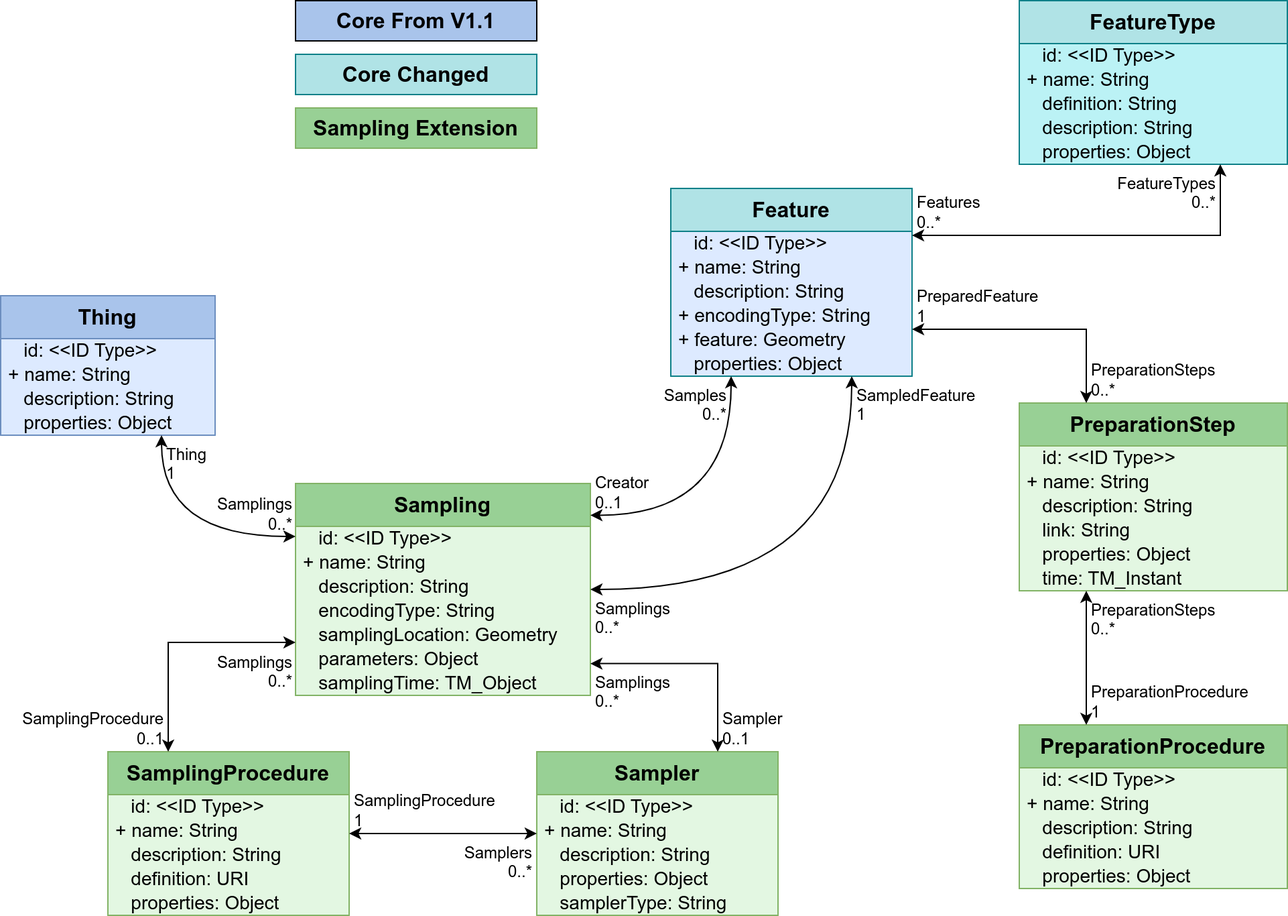
Above: figures/Datamodel-SensorThingsApi-V2-proposal-1-Sampling.drawio.png in opengeospatial/sensorthings (draw.io), before the change. Source tidied: cells renumbered, new cells last; positions are measured from the earlier drawing's top-left corner, leaving out a move shared by most shapes.
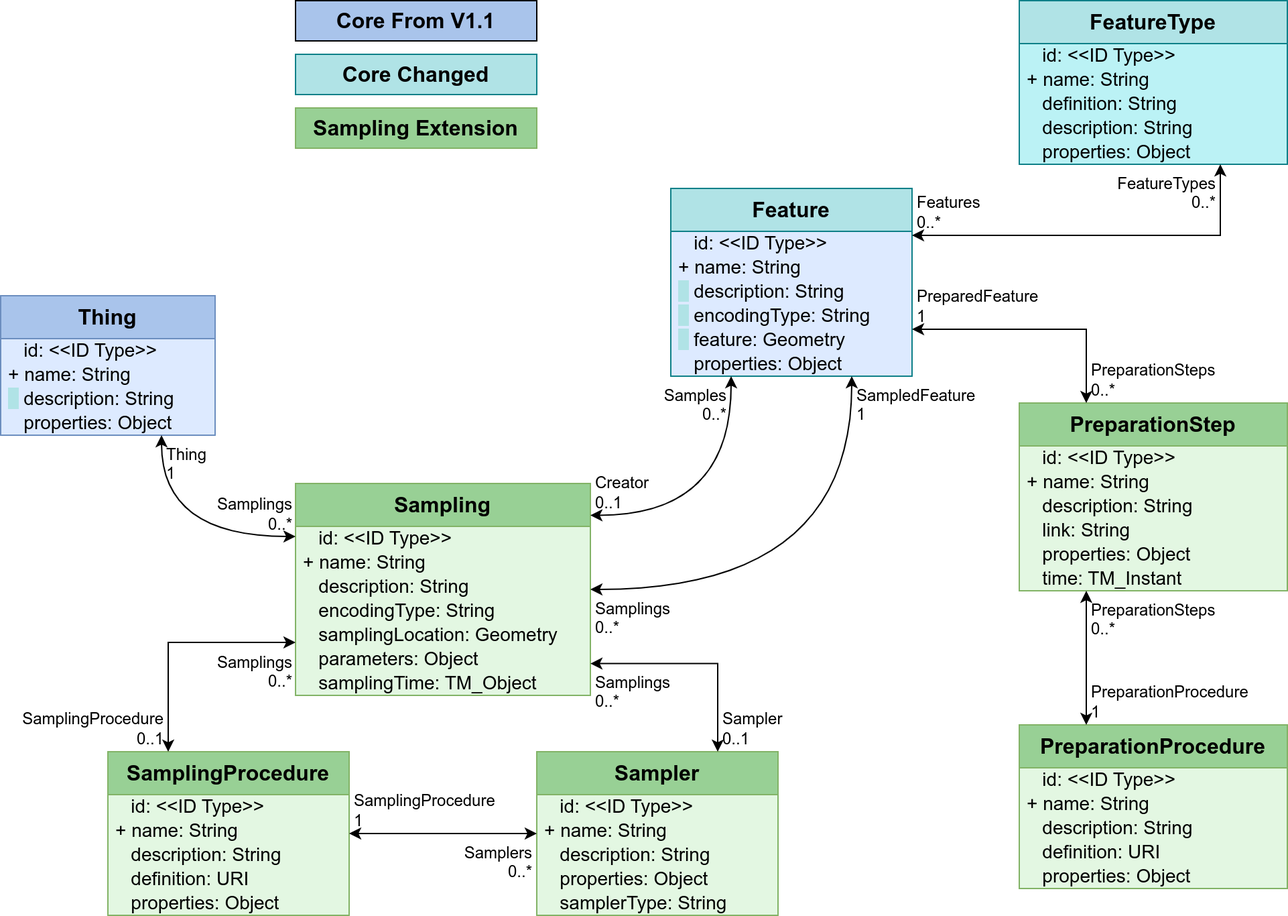
After the change.

The edit, as a diff of the source:
```diff
@@ -11,13 +11,13 @@
     <mxCell id="4" value="+ name: String" style="text;strokeColor=none;fillColor=none;align=left;verticalAlign=middle;spacingLeft=4;spacingRight=4;overflow=visible;html=1;fontSize=14;" parent="2" vertex="1">
       <mxGeometry y="50" width="180" height="18" as="geometry" />
     </mxCell>
-    <mxCell id="5" value="&amp;nbsp; &amp;nbsp;description: String" style="text;strokeColor=none;fillColor=none;align=left;verticalAlign=middle;spacingLeft=4;spacingRight=4;overflow=visible;html=1;fontSize=14;" parent="2" vertex="1">
+    <mxCell id="5" value="&lt;span style=&quot;background-color: rgb(176, 227, 230);&quot;&gt;&amp;nbsp; &lt;/span&gt;&amp;nbsp;description: String" style="text;strokeColor=none;fillColor=none;align=left;verticalAlign=middle;spacingLeft=4;spacingRight=4;overflow=visible;html=1;fontSize=14;" parent="2" vertex="1">
       <mxGeometry y="68" width="180" height="18" as="geometry" />
     </mxCell>
-    <mxCell id="6" value="+ encodingType: String" style="text;strokeColor=none;fillColor=none;align=left;verticalAlign=middle;spacingLeft=4;spacingRight=4;overflow=visible;html=1;fontSize=14;" parent="2" vertex="1">
+    <mxCell id="6" value="&lt;span style=&quot;background-color: rgb(176, 227, 230);&quot;&gt;&amp;nbsp; &lt;/span&gt;&amp;nbsp;encodingType: String" style="text;strokeColor=none;fillColor=none;align=left;verticalAlign=middle;spacingLeft=4;spacingRight=4;overflow=visible;html=1;fontSize=14;" parent="2" vertex="1">
       <mxGeometry y="86" width="180" height="18" as="geometry" />
     </mxCell>
-    <mxCell id="7" value="+ feature: Geometry" style="text;strokeColor=none;fillColor=none;align=left;verticalAlign=middle;spacingLeft=4;spacingRight=4;overflow=visible;html=1;fontSize=14;" parent="2" vertex="1">
+    <mxCell id="7" value="&lt;span style=&quot;background-color: rgb(176, 227, 230);&quot;&gt;&amp;nbsp; &lt;/span&gt;&amp;nbsp;feature: Geometry" style="text;strokeColor=none;fillColor=none;align=left;verticalAlign=middle;spacingLeft=4;spacingRight=4;overflow=visible;html=1;fontSize=14;" parent="2" vertex="1">
       <mxGeometry y="104" width="180" height="18" as="geometry" />
     </mxCell>
     <mxCell id="8" value="&amp;nbsp;&amp;nbsp;&amp;nbsp;properties: Object" style="text;strokeColor=none;fillColor=none;align=left;verticalAlign=middle;spacingLeft=4;spacingRight=4;overflow=visible;html=1;fontSize=14;" parent="2" vertex="1">
@@ -221,7 +221,7 @@
     <mxCell id="74" value="+ name: String" style="text;strokeColor=none;fillColor=none;align=left;verticalAlign=middle;spacingLeft=4;spacingRight=4;overflow=visible;html=1;fontSize=14;" parent="72" vertex="1">
       <mxGeometry y="50" width="160" height="18" as="geometry" />
     </mxCell>
-    <mxCell id="75" value="&amp;nbsp; &amp;nbsp;description: String" style="text;strokeColor=none;fillColor=none;align=left;verticalAlign=middle;spacingLeft=4;spacingRight=4;overflow=visible;html=1;fontSize=14;" parent="72" vertex="1">
+    <mxCell id="75" value="&lt;span style=&quot;background-color: rgb(176, 227, 230);&quot;&gt;&amp;nbsp; &lt;/span&gt;&amp;nbsp;description: String" style="text;strokeColor=none;fillColor=none;align=left;verticalAlign=middle;spacingLeft=4;spacingRight=4;overflow=visible;html=1;fontSize=14;" parent="72" vertex="1">
       <mxGeometry y="68" width="160" height="18" as="geometry" />
     </mxCell>
     <mxCell id="76" value="&amp;nbsp;&amp;nbsp;&amp;nbsp;properties: Object" style="text;strokeColor=none;fillColor=none;align=left;verticalAlign=middle;spacingLeft=4;spacingRight=4;overflow=visible;html=1;fontSize=14;" parent="72" vertex="1">
```
